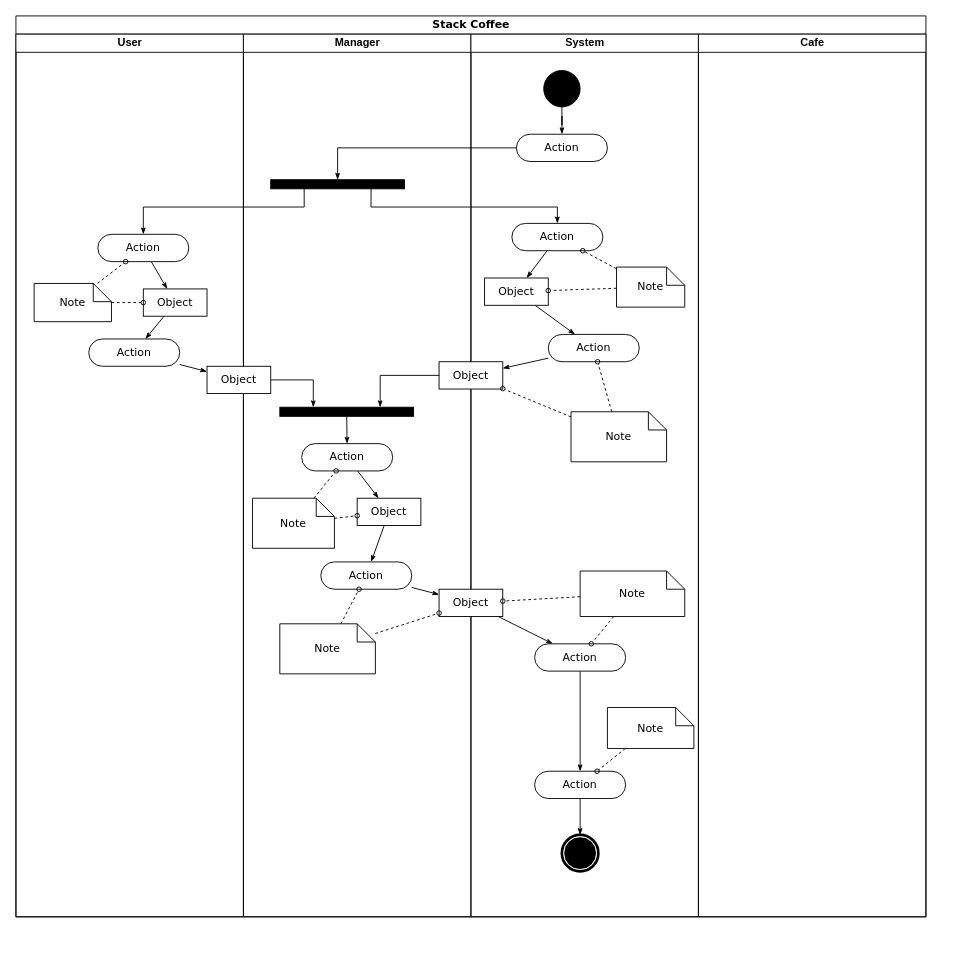
Above: page "AddCafe" (5 of 7) of Diagrams/ActivityDiagram.drawio in Abcdavid00/Cafe-Management-Application (draw.io), before the change. Source tidied: cells renumbered, new cells numbered last; positions are measured from the earlier drawing's top-left corner, leaving out a move shared by most shapes. Both pictures are drawn from the tidied source at 91%, with x=0, y=0 at pixel (15, 15).
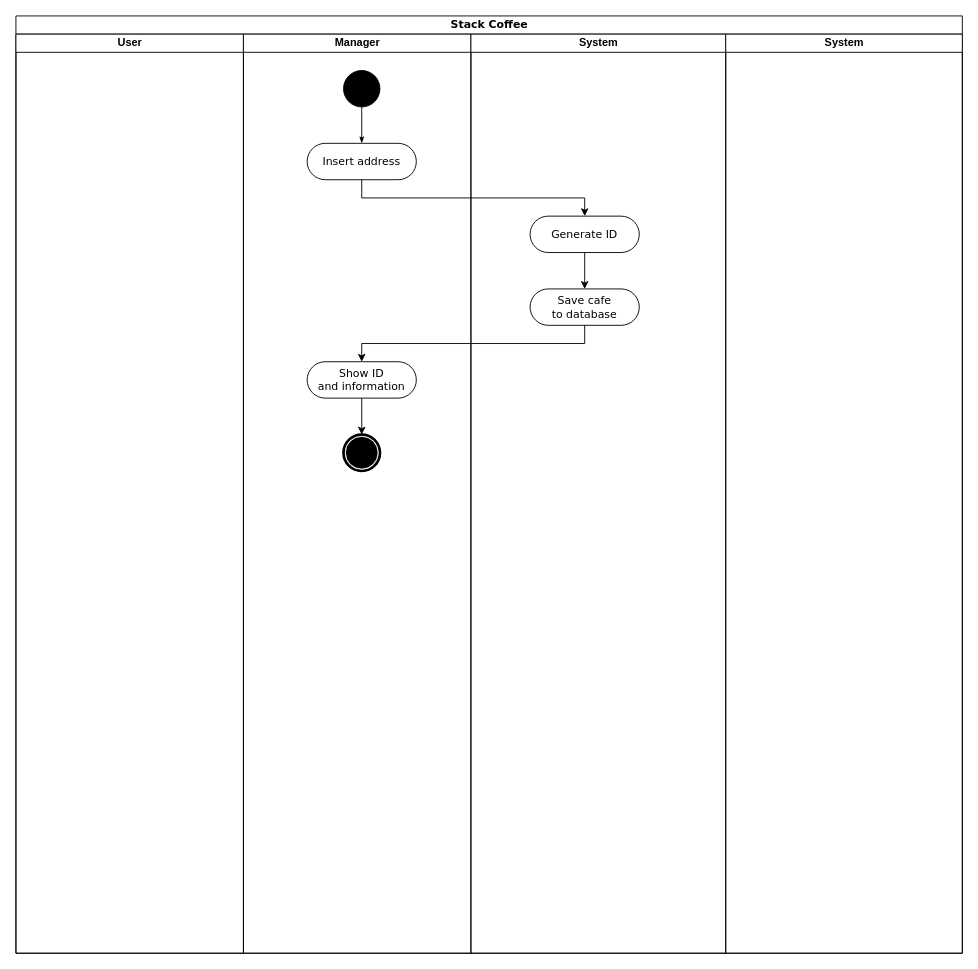
Above is the later version.

What changed in the source:
```diff
@@
     <mxCell id="2" value="Stack Coffee" style="swimlane;html=1;startSize=20;rounded=0;shadow=0;comic=0;labelBackgroundColor=none;strokeWidth=1;fontFamily=Verdana;fontSize=12;align=center;" parent="1" vertex="1">
-      <mxGeometry width="1000" height="990" as="geometry" />
+      <mxGeometry width="1040" height="1030" as="geometry" />
     </mxCell>
     <mxCell id="3" value="User" style="swimlane;html=1;startSize=20;" parent="2" vertex="1">
-      <mxGeometry y="20" width="250" height="970" as="geometry" />
+      <mxGeometry y="20" width="250" height="1010" as="geometry" />
     </mxCell>
-    <mxCell id="4" style="edgeStyle=none;rounded=0;html=1;labelBackgroundColor=none;startArrow=none;startFill=0;startSize=5;endArrow=classicThin;endFill=1;endSize=5;jettySize=auto;strokeWidth=1;fontFamily=Verdana;fontSize=12;" parent="3" edge="1" source="5" target="8">
-      <mxGeometry relative="1" as="geometry" />
-    </mxCell>
-    <mxCell id="5" value="Action" style="rounded=1;whiteSpace=wrap;html=1;shadow=0;comic=0;labelBackgroundColor=none;strokeWidth=1;fontFamily=Verdana;fontSize=12;align=center;arcSize=50;" parent="3" vertex="1">
-      <mxGeometry x="90" y="220" width="100" height="30" as="geometry" />
-    </mxCell>
-    <mxCell id="6" value="Action" style="rounded=1;whiteSpace=wrap;html=1;shadow=0;comic=0;labelBackgroundColor=none;strokeWidth=1;fontFamily=Verdana;fontSize=12;align=center;arcSize=50;" parent="3" vertex="1">
-      <mxGeometry x="80" y="335" width="100" height="30" as="geometry" />
-    </mxCell>
-    <mxCell id="7" style="edgeStyle=none;rounded=0;html=1;labelBackgroundColor=none;startArrow=none;startFill=0;startSize=5;endArrow=classicThin;endFill=1;endSize=5;jettySize=auto;strokeWidth=1;fontFamily=Verdana;fontSize=12;" parent="3" edge="1" source="8" target="6">
-      <mxGeometry relative="1" as="geometry" />
-    </mxCell>
-    <mxCell id="8" value="Object" style="rounded=0;whiteSpace=wrap;html=1;shadow=0;comic=0;labelBackgroundColor=none;strokeWidth=1;fontFamily=Verdana;fontSize=12;align=center;arcSize=50;" parent="3" vertex="1">
-      <mxGeometry x="140" y="280" width="70" height="30" as="geometry" />
-    </mxCell>
-    <mxCell id="9" style="edgeStyle=none;rounded=0;html=1;labelBackgroundColor=none;startArrow=none;startFill=0;startSize=5;endArrow=oval;endFill=0;endSize=5;jettySize=auto;strokeWidth=1;fontFamily=Verdana;fontSize=12;dashed=1;" parent="3" edge="1" source="11" target="5">
-      <mxGeometry relative="1" as="geometry" />
-    </mxCell>
-    <mxCell id="10" style="edgeStyle=none;rounded=0;html=1;dashed=1;labelBackgroundColor=none;startArrow=none;startFill=0;startSize=5;endArrow=oval;endFill=0;endSize=5;jettySize=auto;strokeWidth=1;fontFamily=Verdana;fontSize=12;" parent="3" edge="1" source="11" target="8">
-      <mxGeometry relative="1" as="geometry" />
-    </mxCell>
-    <mxCell id="11" value="Note" style="shape=note;whiteSpace=wrap;html=1;rounded=0;shadow=0;comic=0;labelBackgroundColor=none;strokeWidth=1;fontFamily=Verdana;fontSize=12;align=center;size=20;" parent="3" vertex="1">
-      <mxGeometry x="20" y="274" width="85" height="42" as="geometry" />
-    </mxCell>
     <mxCell id="12" value="Manager" style="swimlane;html=1;startSize=20;" parent="2" vertex="1">
-      <mxGeometry x="250" y="20" width="250" height="970" as="geometry" />
+      <mxGeometry x="250" y="20" width="250" height="1010" as="geometry" />
     </mxCell>
-    <mxCell id="13" style="whiteSpace=wrap;html=1;rounded=0;shadow=0;comic=0;labelBackgroundColor=none;strokeWidth=1;fillColor=#000000;fontFamily=Verdana;fontSize=12;align=center;rotation=0;" parent="12" vertex="1">
-      <mxGeometry x="30" y="160" width="147" height="10" as="geometry" />
-    </mxCell>
-    <mxCell id="14" style="edgeStyle=none;rounded=0;html=1;labelBackgroundColor=none;startArrow=none;startFill=0;startSize=5;endArrow=classicThin;endFill=1;endSize=5;jettySize=auto;strokeWidth=1;fontFamily=Verdana;fontSize=12;" parent="12" edge="1" source="15" target="21">
-      <mxGeometry relative="1" as="geometry" />
-    </mxCell>
-    <mxCell id="15" value="Action" style="rounded=1;whiteSpace=wrap;html=1;shadow=0;comic=0;labelBackgroundColor=none;strokeWidth=1;fontFamily=Verdana;fontSize=12;align=center;arcSize=50;" parent="12" vertex="1">
-      <mxGeometry x="64" y="450" width="100" height="30" as="geometry" />
-    </mxCell>
-    <mxCell id="16" style="edgeStyle=none;rounded=0;html=1;labelBackgroundColor=none;startArrow=none;startFill=0;startSize=5;endArrow=classicThin;endFill=1;endSize=5;jettySize=auto;strokeWidth=1;fontFamily=Verdana;fontSize=12;" parent="12" edge="1" source="17" target="15">
-      <mxGeometry relative="1" as="geometry" />
-    </mxCell>
-    <mxCell id="17" style="whiteSpace=wrap;html=1;rounded=0;shadow=0;comic=0;labelBackgroundColor=none;strokeWidth=1;fillColor=#000000;fontFamily=Verdana;fontSize=12;align=center;rotation=0;" parent="12" vertex="1">
-      <mxGeometry x="40" y="410" width="147" height="10" as="geometry" />
-    </mxCell>
-    <mxCell id="18" style="edgeStyle=orthogonalEdgeStyle;rounded=0;html=1;entryX=0.25;entryY=0;labelBackgroundColor=none;startArrow=none;startFill=0;startSize=5;endArrow=classicThin;endFill=1;endSize=5;jettySize=auto;strokeWidth=1;fontFamily=Verdana;fontSize=12;" parent="12" edge="1" source="19" target="17">
-      <mxGeometry relative="1" as="geometry" />
-    </mxCell>
-    <mxCell id="19" value="Object" style="rounded=0;whiteSpace=wrap;html=1;shadow=0;comic=0;labelBackgroundColor=none;strokeWidth=1;fontFamily=Verdana;fontSize=12;align=center;arcSize=50;" parent="12" vertex="1">
-      <mxGeometry x="-40" y="365" width="70" height="30" as="geometry" />
-    </mxCell>
-    <mxCell id="20" style="edgeStyle=none;rounded=0;html=1;labelBackgroundColor=none;startArrow=none;startFill=0;startSize=5;endArrow=classicThin;endFill=1;endSize=5;jettySize=auto;strokeWidth=1;fontFamily=Verdana;fontSize=12;" parent="12" edge="1" source="21" target="22">
-      <mxGeometry relative="1" as="geometry" />
-    </mxCell>
-    <mxCell id="21" value="Object" style="rounded=0;whiteSpace=wrap;html=1;shadow=0;comic=0;labelBackgroundColor=none;strokeWidth=1;fontFamily=Verdana;fontSize=12;align=center;arcSize=50;" parent="12" vertex="1">
-      <mxGeometry x="125" y="510" width="70" height="30" as="geometry" />
-    </mxCell>
-    <mxCell id="22" value="Action" style="rounded=1;whiteSpace=wrap;html=1;shadow=0;comic=0;labelBackgroundColor=none;strokeWidth=1;fontFamily=Verdana;fontSize=12;align=center;arcSize=50;" parent="12" vertex="1">
-      <mxGeometry x="85" y="580" width="100" height="30" as="geometry" />
-    </mxCell>
-    <mxCell id="23" style="edgeStyle=none;rounded=0;html=1;dashed=1;labelBackgroundColor=none;startArrow=none;startFill=0;startSize=5;endArrow=oval;endFill=0;endSize=5;jettySize=auto;strokeWidth=1;fontFamily=Verdana;fontSize=12;" parent="12" edge="1" source="25" target="15">
-      <mxGeometry relative="1" as="geometry" />
-    </mxCell>
-    <mxCell id="24" style="edgeStyle=none;rounded=0;html=1;dashed=1;labelBackgroundColor=none;startArrow=none;startFill=0;startSize=5;endArrow=oval;endFill=0;endSize=5;jettySize=auto;strokeWidth=1;fontFamily=Verdana;fontSize=12;" parent="12" edge="1" source="25" target="21">
-      <mxGeometry relative="1" as="geometry" />
-    </mxCell>
-    <mxCell id="25" value="Note" style="shape=note;whiteSpace=wrap;html=1;rounded=0;shadow=0;comic=0;labelBackgroundColor=none;strokeWidth=1;fontFamily=Verdana;fontSize=12;align=center;size=20;" parent="12" vertex="1">
-      <mxGeometry x="10" y="510" width="90" height="55" as="geometry" />
-    </mxCell>
-    <mxCell id="26" style="edgeStyle=none;rounded=0;html=1;dashed=1;labelBackgroundColor=none;startArrow=none;startFill=0;startSize=5;endArrow=oval;endFill=0;endSize=5;jettySize=auto;strokeWidth=1;fontFamily=Verdana;fontSize=12;" parent="12" edge="1" source="27" target="22">
-      <mxGeometry relative="1" as="geometry" />
-    </mxCell>
-    <mxCell id="27" value="Note" style="shape=note;whiteSpace=wrap;html=1;rounded=0;shadow=0;comic=0;labelBackgroundColor=none;strokeWidth=1;fontFamily=Verdana;fontSize=12;align=center;size=20;" parent="12" vertex="1">
-      <mxGeometry x="40" y="648" width="105" height="55" as="geometry" />
-    </mxCell>
-    <mxCell id="28" value="System" style="swimlane;html=1;startSize=20;" parent="2" vertex="1">
-      <mxGeometry x="500" y="20" width="250" height="970" as="geometry" />
-    </mxCell>
-    <mxCell id="29" style="edgeStyle=orthogonalEdgeStyle;rounded=0;html=1;labelBackgroundColor=none;startArrow=none;startFill=0;startSize=5;endArrow=classicThin;endFill=1;endSize=5;jettySize=auto;strokeWidth=1;fontFamily=Verdana;fontSize=12;" parent="28" edge="1" source="30" target="31">
-      <mxGeometry relative="1" as="geometry" />
-    </mxCell>
-    <mxCell id="30" style="ellipse;whiteSpace=wrap;html=1;rounded=0;shadow=0;comic=0;labelBackgroundColor=none;strokeWidth=1;fillColor=#000000;fontFamily=Verdana;fontSize=12;align=center;" parent="28" vertex="1">
-      <mxGeometry x="80" y="40" width="40" height="40" as="geometry" />
-    </mxCell>
-    <mxCell id="31" value="Action" style="rounded=1;whiteSpace=wrap;html=1;shadow=0;comic=0;labelBackgroundColor=none;strokeWidth=1;fontFamily=Verdana;fontSize=12;align=center;arcSize=50;" parent="28" vertex="1">
-      <mxGeometry x="50" y="110" width="100" height="30" as="geometry" />
-    </mxCell>
-    <mxCell id="32" style="rounded=0;html=1;labelBackgroundColor=none;startArrow=none;startFill=0;startSize=5;endArrow=classicThin;endFill=1;endSize=5;jettySize=auto;strokeWidth=1;fontFamily=Verdana;fontSize=12;" parent="28" edge="1" source="33" target="37">
-      <mxGeometry relative="1" as="geometry" />
-    </mxCell>
-    <mxCell id="33" value="Action" style="rounded=1;whiteSpace=wrap;html=1;shadow=0;comic=0;labelBackgroundColor=none;strokeWidth=1;fontFamily=Verdana;fontSize=12;align=center;arcSize=50;" parent="28" vertex="1">
-      <mxGeometry x="45" y="208" width="100" height="30" as="geometry" />
-    </mxCell>
-    <mxCell id="34" style="edgeStyle=none;rounded=0;html=1;labelBackgroundColor=none;startArrow=none;startFill=0;startSize=5;endArrow=classicThin;endFill=1;endSize=5;jettySize=auto;strokeWidth=1;fontFamily=Verdana;fontSize=12;" parent="28" edge="1" source="35" target="38">
-      <mxGeometry relative="1" as="geometry" />
-    </mxCell>
-    <mxCell id="35" value="Action" style="rounded=1;whiteSpace=wrap;html=1;shadow=0;comic=0;labelBackgroundColor=none;strokeWidth=1;fontFamily=Verdana;fontSize=12;align=center;arcSize=50;" parent="28" vertex="1">
-      <mxGeometry x="85" y="330" width="100" height="30" as="geometry" />
-    </mxCell>
-    <mxCell id="36" style="edgeStyle=none;rounded=0;html=1;labelBackgroundColor=none;startArrow=none;startFill=0;startSize=5;endArrow=classicThin;endFill=1;endSize=5;jettySize=auto;strokeWidth=1;fontFamily=Verdana;fontSize=12;" parent="28" edge="1" source="37" target="35">
-      <mxGeometry relative="1" as="geometry" />
-    </mxCell>
-    <mxCell id="37" value="Object" style="rounded=0;whiteSpace=wrap;html=1;shadow=0;comic=0;labelBackgroundColor=none;strokeWidth=1;fontFamily=Verdana;fontSize=12;align=center;arcSize=50;" parent="28" vertex="1">
-      <mxGeometry x="15" y="268" width="70" height="30" as="geometry" />
-    </mxCell>
-    <mxCell id="38" value="Object" style="rounded=0;whiteSpace=wrap;html=1;shadow=0;comic=0;labelBackgroundColor=none;strokeWidth=1;fontFamily=Verdana;fontSize=12;align=center;arcSize=50;" parent="28" vertex="1">
-      <mxGeometry x="-35" y="360" width="70" height="30" as="geometry" />
-    </mxCell>
-    <mxCell id="39" style="edgeStyle=none;rounded=0;html=1;labelBackgroundColor=none;startArrow=none;startFill=0;startSize=5;endArrow=classicThin;endFill=1;endSize=5;jettySize=auto;strokeWidth=1;fontFamily=Verdana;fontSize=12;" parent="28" edge="1" source="40" target="42">
-      <mxGeometry relative="1" as="geometry" />
-    </mxCell>
-    <mxCell id="40" value="Object" style="rounded=0;whiteSpace=wrap;html=1;shadow=0;comic=0;labelBackgroundColor=none;strokeWidth=1;fontFamily=Verdana;fontSize=12;align=center;arcSize=50;" parent="28" vertex="1">
-      <mxGeometry x="-35" y="610" width="70" height="30" as="geometry" />
-    </mxCell>
-    <mxCell id="41" style="edgeStyle=none;rounded=0;html=1;labelBackgroundColor=none;startArrow=none;startFill=0;startSize=5;endArrow=classicThin;endFill=1;endSize=5;jettySize=auto;strokeWidth=1;fontFamily=Verdana;fontSize=12;" parent="28" edge="1" source="42" target="44">
-      <mxGeometry relative="1" as="geometry" />
-    </mxCell>
-    <mxCell id="42" value="Action" style="rounded=1;whiteSpace=wrap;html=1;shadow=0;comic=0;labelBackgroundColor=none;strokeWidth=1;fontFamily=Verdana;fontSize=12;align=center;arcSize=50;" parent="28" vertex="1">
-      <mxGeometry x="70" y="670" width="100" height="30" as="geometry" />
-    </mxCell>
-    <mxCell id="43" style="edgeStyle=none;rounded=0;html=1;labelBackgroundColor=none;startArrow=none;startFill=0;startSize=5;endArrow=classicThin;endFill=1;endSize=5;jettySize=auto;strokeWidth=1;fontFamily=Verdana;fontSize=12;" parent="28" edge="1" source="44" target="45">
-      <mxGeometry relative="1" as="geometry" />
-    </mxCell>
-    <mxCell id="44" value="Action" style="rounded=1;whiteSpace=wrap;html=1;shadow=0;comic=0;labelBackgroundColor=none;strokeWidth=1;fontFamily=Verdana;fontSize=12;align=center;arcSize=50;" parent="28" vertex="1">
-      <mxGeometry x="70" y="810" width="100" height="30" as="geometry" />
-    </mxCell>
-    <mxCell id="45" style="shape=mxgraph.bpmn.shape;html=1;verticalLabelPosition=bottom;labelBackgroundColor=#ffffff;verticalAlign=top;perimeter=ellipsePerimeter;outline=end;symbol=terminate;rounded=0;shadow=0;comic=0;strokeWidth=1;fontFamily=Verdana;fontSize=12;align=center;" parent="28" vertex="1">
-      <mxGeometry x="100" y="880" width="40" height="40" as="geometry" />
-    </mxCell>
-    <mxCell id="46" style="edgeStyle=none;rounded=0;html=1;dashed=1;labelBackgroundColor=none;startArrow=none;startFill=0;startSize=5;endArrow=oval;endFill=0;endSize=5;jettySize=auto;strokeWidth=1;fontFamily=Verdana;fontSize=12;" parent="28" edge="1" source="48" target="33">
-      <mxGeometry relative="1" as="geometry" />
-    </mxCell>
-    <mxCell id="47" style="edgeStyle=none;rounded=0;html=1;dashed=1;labelBackgroundColor=none;startArrow=none;startFill=0;startSize=5;endArrow=oval;endFill=0;endSize=5;jettySize=auto;strokeWidth=1;fontFamily=Verdana;fontSize=12;" parent="28" edge="1" source="48" target="37">
-      <mxGeometry relative="1" as="geometry" />
-    </mxCell>
-    <mxCell id="48" value="Note" style="shape=note;whiteSpace=wrap;html=1;rounded=0;shadow=0;comic=0;labelBackgroundColor=none;strokeWidth=1;fontFamily=Verdana;fontSize=12;align=center;size=20;" parent="28" vertex="1">
-      <mxGeometry x="160" y="256" width="75" height="44" as="geometry" />
-    </mxCell>
-    <mxCell id="49" style="edgeStyle=none;rounded=0;html=1;dashed=1;labelBackgroundColor=none;startArrow=none;startFill=0;startSize=5;endArrow=oval;endFill=0;endSize=5;jettySize=auto;strokeWidth=1;fontFamily=Verdana;fontSize=12;" parent="28" edge="1" source="51" target="35">
-      <mxGeometry relative="1" as="geometry" />
-    </mxCell>
-    <mxCell id="50" style="edgeStyle=none;rounded=0;html=1;dashed=1;labelBackgroundColor=none;startArrow=none;startFill=0;startSize=5;endArrow=oval;endFill=0;endSize=5;jettySize=auto;strokeWidth=1;fontFamily=Verdana;fontSize=12;" parent="28" edge="1" source="51" target="38">
-      <mxGeometry relative="1" as="geometry" />
-    </mxCell>
-    <mxCell id="51" value="Note" style="shape=note;whiteSpace=wrap;html=1;rounded=0;shadow=0;comic=0;labelBackgroundColor=none;strokeWidth=1;fontFamily=Verdana;fontSize=12;align=center;size=20;" parent="28" vertex="1">
-      <mxGeometry x="110" y="415" width="105" height="55" as="geometry" />
-    </mxCell>
-    <mxCell id="52" style="edgeStyle=none;rounded=0;html=1;dashed=1;labelBackgroundColor=none;startArrow=none;startFill=0;startSize=5;endArrow=oval;endFill=0;endSize=5;jettySize=auto;strokeWidth=1;fontFamily=Verdana;fontSize=12;" parent="28" edge="1" source="54" target="42">
-      <mxGeometry relative="1" as="geometry" />
-    </mxCell>
-    <mxCell id="53" style="edgeStyle=none;rounded=0;html=1;dashed=1;labelBackgroundColor=none;startArrow=none;startFill=0;startSize=5;endArrow=oval;endFill=0;endSize=5;jettySize=auto;strokeWidth=1;fontFamily=Verdana;fontSize=12;" parent="28" edge="1" source="54" target="40">
-      <mxGeometry relative="1" as="geometry" />
-    </mxCell>
-    <mxCell id="54" value="Note" style="shape=note;whiteSpace=wrap;html=1;rounded=0;shadow=0;comic=0;labelBackgroundColor=none;strokeWidth=1;fontFamily=Verdana;fontSize=12;align=center;size=20;" parent="28" vertex="1">
-      <mxGeometry x="120" y="590" width="115" height="50" as="geometry" />
-    </mxCell>
-    <mxCell id="55" style="edgeStyle=none;rounded=0;html=1;dashed=1;labelBackgroundColor=none;startArrow=none;startFill=0;startSize=5;endArrow=oval;endFill=0;endSize=5;jettySize=auto;strokeWidth=1;fontFamily=Verdana;fontSize=12;" parent="28" edge="1" source="56" target="44">
-      <mxGeometry relative="1" as="geometry" />
-    </mxCell>
-    <mxCell id="56" value="Note" style="shape=note;whiteSpace=wrap;html=1;rounded=0;shadow=0;comic=0;labelBackgroundColor=none;strokeWidth=1;fontFamily=Verdana;fontSize=12;align=center;size=20;" parent="28" vertex="1">
-      <mxGeometry x="150" y="740" width="95" height="45" as="geometry" />
-    </mxCell>
-    <mxCell id="57" style="edgeStyle=orthogonalEdgeStyle;rounded=0;html=1;entryX=0.5;entryY=0;labelBackgroundColor=none;startArrow=none;startFill=0;startSize=5;endArrow=classicThin;endFill=1;endSize=5;jettySize=auto;strokeWidth=1;fontFamily=Verdana;fontSize=12;" parent="2" edge="1" source="31" target="13">
-      <mxGeometry relative="1" as="geometry">
-        <Array as="points">
-          <mxPoint x="354" y="145" />
-        </Array>
-      </mxGeometry>
-    </mxCell>
-    <mxCell id="58" style="edgeStyle=orthogonalEdgeStyle;rounded=0;html=1;exitX=0.75;exitY=1;labelBackgroundColor=none;startArrow=none;startFill=0;startSize=5;endArrow=classicThin;endFill=1;endSize=5;jettySize=auto;strokeWidth=1;fontFamily=Verdana;fontSize=12;" parent="2" edge="1" source="13" target="33">
-      <mxGeometry relative="1" as="geometry">
-        <Array as="points">
-          <mxPoint x="390" y="210" />
-          <mxPoint x="595" y="210" />
-        </Array>
-      </mxGeometry>
-    </mxCell>
-    <mxCell id="59" style="edgeStyle=orthogonalEdgeStyle;rounded=0;html=1;exitX=0.25;exitY=1;entryX=0.5;entryY=0;labelBackgroundColor=none;startArrow=none;startFill=0;startSize=5;endArrow=classicThin;endFill=1;endSize=5;jettySize=auto;strokeWidth=1;fontFamily=Verdana;fontSize=12;" parent="2" edge="1" source="13" target="5">
-      <mxGeometry relative="1" as="geometry">
-        <Array as="points">
-          <mxPoint x="317" y="210" />
-          <mxPoint x="140" y="210" />
-        </Array>
-      </mxGeometry>
-    </mxCell>
-    <mxCell id="60" style="edgeStyle=orthogonalEdgeStyle;rounded=0;html=1;entryX=0.75;entryY=0;labelBackgroundColor=none;startArrow=none;startFill=0;startSize=5;endArrow=classicThin;endFill=1;endSize=5;jettySize=auto;strokeWidth=1;fontFamily=Verdana;fontSize=12;" parent="2" edge="1" source="38" target="17">
-      <mxGeometry relative="1" as="geometry" />
-    </mxCell>
-    <mxCell id="61" style="edgeStyle=none;rounded=0;html=1;labelBackgroundColor=none;startArrow=none;startFill=0;startSize=5;endArrow=classicThin;endFill=1;endSize=5;jettySize=auto;strokeWidth=1;fontFamily=Verdana;fontSize=12;" parent="2" edge="1" source="6" target="19">
-      <mxGeometry relative="1" as="geometry" />
-    </mxCell>
-    <mxCell id="62" style="edgeStyle=none;rounded=0;html=1;labelBackgroundColor=none;startArrow=none;startFill=0;startSize=5;endArrow=classicThin;endFill=1;endSize=5;jettySize=auto;strokeWidth=1;fontFamily=Verdana;fontSize=12;" parent="2" edge="1" source="22" target="40">
-      <mxGeometry relative="1" as="geometry" />
-    </mxCell>
-    <mxCell id="63" style="edgeStyle=none;rounded=0;html=1;dashed=1;labelBackgroundColor=none;startArrow=none;startFill=0;startSize=5;endArrow=oval;endFill=0;endSize=5;jettySize=auto;strokeWidth=1;fontFamily=Verdana;fontSize=12;" parent="2" edge="1" source="27" target="40">
-      <mxGeometry relative="1" as="geometry" />
-    </mxCell>
-    <mxCell id="64" value="Cafe" style="swimlane;html=1;startSize=20;" parent="1" vertex="1">
-      <mxGeometry x="750" y="20" width="250" height="970" as="geometry" />
-    </mxCell>
+    <mxCell id="65" style="ellipse;whiteSpace=wrap;html=1;rounded=0;shadow=0;comic=0;labelBackgroundColor=none;strokeWidth=1;fillColor=#000000;fontFamily=Verdana;fontSize=12;align=center;" parent="12" vertex="1">
+      <mxGeometry x="110" y="40" width="40" height="40" as="geometry" />
+    </mxCell>
+    <mxCell id="66" style="edgeStyle=orthogonalEdgeStyle;rounded=0;html=1;labelBackgroundColor=none;startArrow=none;startFill=0;startSize=5;endArrow=classicThin;endFill=1;endSize=5;jettySize=auto;strokeWidth=1;fontFamily=Verdana;fontSize=12;entryX=0.5;entryY=0;entryDx=0;entryDy=0;" parent="12" edge="1" source="65" target="67">
+      <mxGeometry relative="1" as="geometry" />
+    </mxCell>
+    <mxCell id="67" value="Insert address" style="rounded=1;whiteSpace=wrap;html=1;shadow=0;comic=0;labelBackgroundColor=none;strokeWidth=1;fontFamily=Verdana;fontSize=12;align=center;arcSize=50;" parent="12" vertex="1">
+      <mxGeometry x="70" y="120" width="120" height="40" as="geometry" />
+    </mxCell>
+    <mxCell id="68" style="shape=mxgraph.bpmn.shape;html=1;verticalLabelPosition=bottom;labelBackgroundColor=#ffffff;verticalAlign=top;perimeter=ellipsePerimeter;outline=end;symbol=terminate;rounded=0;shadow=0;comic=0;strokeWidth=1;fontFamily=Verdana;fontSize=12;align=center;" parent="12" vertex="1">
+      <mxGeometry x="110" y="440" width="40" height="40" as="geometry" />
+    </mxCell>
+    <mxCell id="69" style="edgeStyle=orthogonalEdgeStyle;rounded=0;jettySize=auto;html=1;exitX=0.5;exitY=1;exitDx=0;exitDy=0;entryX=0.5;entryY=0;entryDx=0;entryDy=0;" parent="12" edge="1" source="70" target="68">
+      <mxGeometry relative="1" as="geometry" />
+    </mxCell>
+    <mxCell id="70" value="Show ID&lt;br&gt;and information" style="rounded=1;whiteSpace=wrap;html=1;shadow=0;comic=0;labelBackgroundColor=none;strokeWidth=1;fontFamily=Verdana;fontSize=12;align=center;arcSize=50;" parent="12" vertex="1">
+      <mxGeometry x="70" y="360" width="120" height="40" as="geometry" />
+    </mxCell>
+    <mxCell id="71" value="System" style="swimlane;html=1;startSize=20;direction=east;" parent="2" vertex="1">
+      <mxGeometry x="500" y="20" width="280" height="1010" as="geometry" />
+    </mxCell>
+    <mxCell id="72" style="edgeStyle=orthogonalEdgeStyle;rounded=0;jettySize=auto;html=1;exitX=0.5;exitY=1;exitDx=0;exitDy=0;entryX=0.5;entryY=0;entryDx=0;entryDy=0;" parent="71" edge="1" source="73" target="74">
+      <mxGeometry relative="1" as="geometry" />
+    </mxCell>
+    <mxCell id="73" value="Generate ID" style="rounded=1;whiteSpace=wrap;html=1;shadow=0;comic=0;labelBackgroundColor=none;strokeWidth=1;fontFamily=Verdana;fontSize=12;align=center;arcSize=50;" parent="71" vertex="1">
+      <mxGeometry x="65" y="200" width="120" height="40" as="geometry" />
+    </mxCell>
+    <mxCell id="74" value="Save cafe&lt;br&gt;to database" style="rounded=1;whiteSpace=wrap;html=1;shadow=0;comic=0;labelBackgroundColor=none;strokeWidth=1;fontFamily=Verdana;fontSize=12;align=center;arcSize=50;" parent="71" vertex="1">
+      <mxGeometry x="65" y="280" width="120" height="40" as="geometry" />
+    </mxCell>
+    <mxCell id="75" value="System" style="swimlane;html=1;startSize=20;direction=east;" parent="2" vertex="1">
+      <mxGeometry x="780" y="20" width="260" height="1010" as="geometry" />
+    </mxCell>
+    <mxCell id="76" style="edgeStyle=orthogonalEdgeStyle;rounded=0;jettySize=auto;html=1;exitX=0.5;exitY=1;exitDx=0;exitDy=0;entryX=0.5;entryY=0;entryDx=0;entryDy=0;" parent="2" edge="1" source="74" target="70">
+      <mxGeometry relative="1" as="geometry" />
+    </mxCell>
+    <mxCell id="77" style="edgeStyle=orthogonalEdgeStyle;rounded=0;jettySize=auto;html=1;exitX=0.5;exitY=1;exitDx=0;exitDy=0;entryX=0.5;entryY=0;entryDx=0;entryDy=0;" parent="2" edge="1" source="67" target="73">
+      <mxGeometry relative="1" as="geometry" />
+    </mxCell>
```
